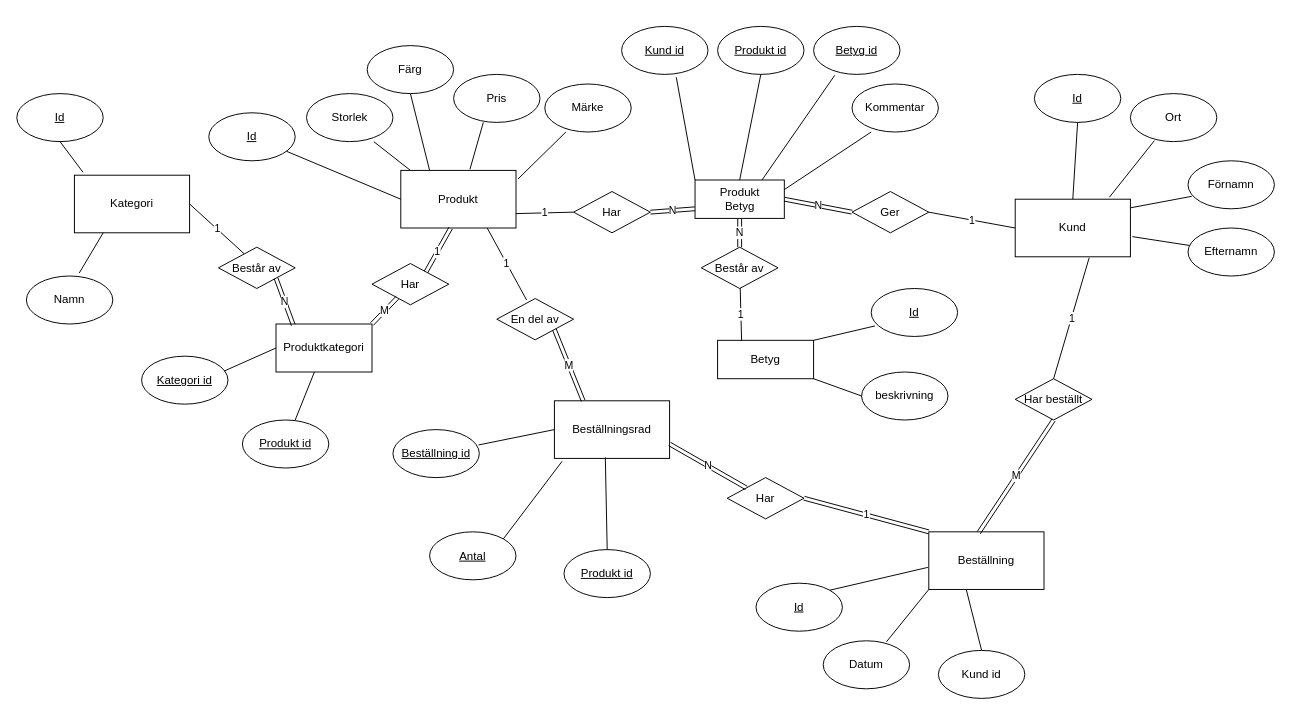
This is Untitled Diagram.drawio from AntonRolin/Inlamningsuppgift1_Databas, a draw.io file, before an edit. Source tidied: cells renumbered, new cells numbered last; positions are measured from the earlier drawing's top-left corner, leaving out a move shared by most shapes. Both pictures are drawn from the tidied source at 96%, with x=0, y=0 at pixel (16, 26).
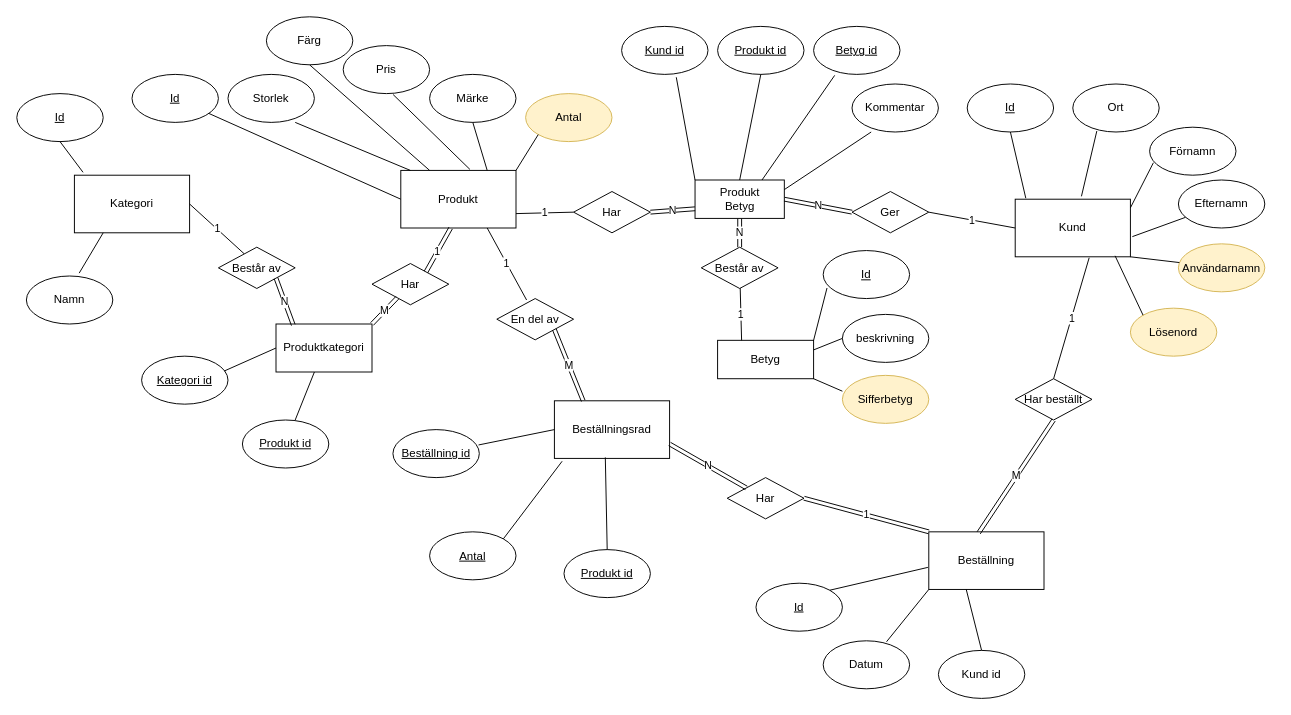
The same diagram, later.

The change refers to these unchanged cells:
```xml
<mxCell id="2" value="&lt;div&gt;Produkt&lt;/div&gt;" style="rounded=0;whiteSpace=wrap;html=1;" parent="1" vertex="1">
  <mxGeometry x="400" y="150" width="120" height="60" as="geometry" />
</mxCell>
<mxCell id="4" value="Kund" style="rounded=0;whiteSpace=wrap;html=1;" parent="1" vertex="1">
  <mxGeometry x="1040" y="180" width="120" height="60" as="geometry" />
</mxCell>
<mxCell id="42" value="Betyg" style="rounded=0;whiteSpace=wrap;html=1;" parent="1" vertex="1">
  <mxGeometry x="730" y="327" width="100" height="40" as="geometry" />
</mxCell>
```

Change to the diagram source:
```diff
@@
     <mxCell id="6" value="Storlek" style="ellipse;whiteSpace=wrap;html=1;" parent="1" vertex="1">
-      <mxGeometry x="301.8" y="70" width="90" height="50" as="geometry" />
+      <mxGeometry x="220" y="50" width="90" height="50" as="geometry" />
     </mxCell>
     <mxCell id="7" value="Färg" style="ellipse;whiteSpace=wrap;html=1;" parent="1" vertex="1">
-      <mxGeometry x="365" y="20" width="90" height="50" as="geometry" />
+      <mxGeometry x="260" y="-10" width="90" height="50" as="geometry" />
     </mxCell>
     <mxCell id="8" value="Pris" style="ellipse;whiteSpace=wrap;html=1;" parent="1" vertex="1">
-      <mxGeometry x="455" y="50" width="90" height="50" as="geometry" />
+      <mxGeometry x="340" y="20" width="90" height="50" as="geometry" />
     </mxCell>
     <mxCell id="9" value="Märke" style="ellipse;whiteSpace=wrap;html=1;" parent="1" vertex="1">
-      <mxGeometry x="550" y="60" width="90" height="50" as="geometry" />
+      <mxGeometry x="430" y="50" width="90" height="50" as="geometry" />
     </mxCell>
@@
-    <mxCell id="12" style="endArrow=none;html=1;entryX=0.344;entryY=1;entryDx=0;entryDy=0;entryPerimeter=0;exitX=0.6;exitY=-0.017;exitDx=0;exitDy=0;exitPerimeter=0;" parent="1" edge="1" source="2" target="8">
+    <mxCell id="12" style="endArrow=none;html=1;entryX=0.578;entryY=1.02;entryDx=0;entryDy=0;entryPerimeter=0;exitX=0.6;exitY=-0.017;exitDx=0;exitDy=0;exitPerimeter=0;" parent="1" edge="1" source="2" target="8">
       <mxGeometry relative="1" as="geometry" />
     </mxCell>
-    <mxCell id="13" style="endArrow=none;html=1;entryX=0.244;entryY=1;entryDx=0;entryDy=0;entryPerimeter=0;exitX=1.017;exitY=0.15;exitDx=0;exitDy=0;exitPerimeter=0;" parent="1" edge="1" source="2" target="9">
+    <mxCell id="13" style="endArrow=none;html=1;entryX=0.5;entryY=1;entryDx=0;entryDy=0;exitX=0.75;exitY=0;exitDx=0;exitDy=0;" parent="1" edge="1" source="2" target="9">
       <mxGeometry relative="1" as="geometry" />
     </mxCell>
     <mxCell id="14" value="&lt;u&gt;Id&lt;/u&gt;" style="ellipse;whiteSpace=wrap;html=1;" parent="1" vertex="1">
-      <mxGeometry x="200" y="90" width="90" height="50" as="geometry" />
+      <mxGeometry x="120" y="50" width="90" height="50" as="geometry" />
     </mxCell>
@@
     <mxCell id="21" value="&lt;u&gt;Id&lt;/u&gt;" style="ellipse;whiteSpace=wrap;html=1;" parent="1" vertex="1">
-      <mxGeometry x="1060" y="50" width="90" height="50" as="geometry" />
+      <mxGeometry x="990" y="60" width="90" height="50" as="geometry" />
     </mxCell>
-    <mxCell id="22" style="endArrow=none;html=1;entryX=0.5;entryY=1;entryDx=0;entryDy=0;exitX=0.5;exitY=0;exitDx=0;exitDy=0;" parent="1" edge="1" source="4" target="21">
+    <mxCell id="22" style="endArrow=none;html=1;entryX=0.5;entryY=1;entryDx=0;entryDy=0;exitX=0.092;exitY=-0.017;exitDx=0;exitDy=0;exitPerimeter=0;" parent="1" edge="1" source="4" target="21">
       <mxGeometry relative="1" as="geometry" />
     </mxCell>
@@
     <mxCell id="35" value="Ort" style="ellipse;whiteSpace=wrap;html=1;" parent="1" vertex="1">
-      <mxGeometry x="1160" y="70" width="90" height="50" as="geometry" />
+      <mxGeometry x="1100" y="60" width="90" height="50" as="geometry" />
     </mxCell>
@@
-    <mxCell id="37" style="endArrow=none;html=1;entryX=0.278;entryY=0.98;entryDx=0;entryDy=0;exitX=0.817;exitY=-0.033;exitDx=0;exitDy=0;entryPerimeter=0;exitPerimeter=0;" parent="1" edge="1" source="4" target="35">
+    <mxCell id="37" style="endArrow=none;html=1;entryX=0.278;entryY=0.98;entryDx=0;entryDy=0;exitX=0.575;exitY=-0.05;exitDx=0;exitDy=0;entryPerimeter=0;exitPerimeter=0;" parent="1" edge="1" source="4" target="35">
       <mxGeometry relative="1" as="geometry" />
     </mxCell>
     <mxCell id="38" value="Förnamn" style="ellipse;whiteSpace=wrap;html=1;" parent="1" vertex="1">
-      <mxGeometry x="1220" y="140" width="90" height="50" as="geometry" />
+      <mxGeometry x="1180" y="105" width="90" height="50" as="geometry" />
     </mxCell>
@@
     <mxCell id="40" value="Efternamn" style="ellipse;whiteSpace=wrap;html=1;" parent="1" vertex="1">
-      <mxGeometry x="1220" y="210" width="90" height="50" as="geometry" />
+      <mxGeometry x="1210" y="160" width="90" height="50" as="geometry" />
     </mxCell>
@@
     <mxCell id="46" value="&lt;u&gt;Id&lt;/u&gt;" style="ellipse;whiteSpace=wrap;html=1;" parent="1" vertex="1">
-      <mxGeometry x="890" y="273" width="90" height="50" as="geometry" />
+      <mxGeometry x="840" y="233.5" width="90" height="50" as="geometry" />
     </mxCell>
     <mxCell id="47" value="beskrivning" style="ellipse;whiteSpace=wrap;html=1;" parent="1" vertex="1">
-      <mxGeometry x="880" y="360" width="90" height="50" as="geometry" />
+      <mxGeometry x="860" y="300" width="90" height="50" as="geometry" />
     </mxCell>
@@
-    <mxCell id="49" style="endArrow=none;html=1;entryX=0;entryY=0.5;entryDx=0;entryDy=0;exitX=1;exitY=1;exitDx=0;exitDy=0;" parent="1" edge="1" source="42" target="47">
+    <mxCell id="49" style="endArrow=none;html=1;entryX=0;entryY=0.5;entryDx=0;entryDy=0;exitX=1;exitY=0.25;exitDx=0;exitDy=0;" parent="1" edge="1" source="42" target="47">
       <mxGeometry relative="1" as="geometry" />
     </mxCell>
@@
+    <mxCell id="85" value="Antal" style="ellipse;whiteSpace=wrap;html=1;fillColor=#fff2cc;strokeColor=#d6b656;" parent="1" vertex="1">
+      <mxGeometry x="530" y="70" width="90" height="50" as="geometry" />
+    </mxCell>
+    <mxCell id="86" style="endArrow=none;html=1;entryX=0;entryY=1;entryDx=0;entryDy=0;exitX=1;exitY=0;exitDx=0;exitDy=0;" parent="1" edge="1" source="2" target="85">
+      <mxGeometry relative="1" as="geometry" />
+    </mxCell>
+    <mxCell id="87" value="Sifferbetyg" style="ellipse;whiteSpace=wrap;html=1;fillColor=#fff2cc;strokeColor=#d6b656;" parent="1" vertex="1">
+      <mxGeometry x="860" y="363.5" width="90" height="50" as="geometry" />
+    </mxCell>
+    <mxCell id="88" style="endArrow=none;html=1;entryX=1;entryY=1;entryDx=0;entryDy=0;exitX=0;exitY=0.33;exitDx=0;exitDy=0;exitPerimeter=0;" parent="1" edge="1" source="87" target="42">
+      <mxGeometry relative="1" as="geometry" />
+    </mxCell>
+    <mxCell id="89" value="&lt;div&gt;Användarnamn&lt;/div&gt;" style="ellipse;whiteSpace=wrap;html=1;fillColor=#fff2cc;strokeColor=#d6b656;" parent="1" vertex="1">
+      <mxGeometry x="1210" y="226.5" width="90" height="50" as="geometry" />
+    </mxCell>
+    <mxCell id="90" value="Lösenord" style="ellipse;whiteSpace=wrap;html=1;fillColor=#fff2cc;strokeColor=#d6b656;" parent="1" vertex="1">
+      <mxGeometry x="1160" y="293.5" width="90" height="50" as="geometry" />
+    </mxCell>
+    <mxCell id="91" style="endArrow=none;html=1;entryX=1;entryY=1;entryDx=0;entryDy=0;exitX=0.011;exitY=0.39;exitDx=0;exitDy=0;exitPerimeter=0;" parent="1" edge="1" source="89" target="4">
+      <mxGeometry relative="1" as="geometry" />
+    </mxCell>
+    <mxCell id="92" style="endArrow=none;html=1;entryX=0.867;entryY=0.983;entryDx=0;entryDy=0;entryPerimeter=0;exitX=0;exitY=0;exitDx=0;exitDy=0;" parent="1" edge="1" source="90" target="4">
+      <mxGeometry relative="1" as="geometry" />
+    </mxCell>
```
